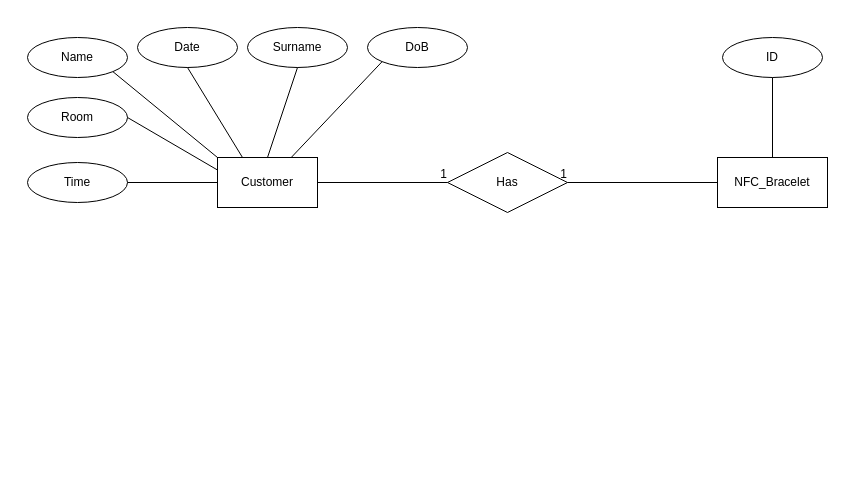
GiorgosKotsompolis/hello-world keeps this draw.io diagram as Hotel ER.drawio. Above is the earlier version. Source tidied: cells renumbered, new cells numbered last; positions are measured from the earlier drawing's top-left corner, leaving out a move shared by most shapes. Both pictures are drawn from the tidied source at 100%, with x=0, y=0 at pixel (27, 27).
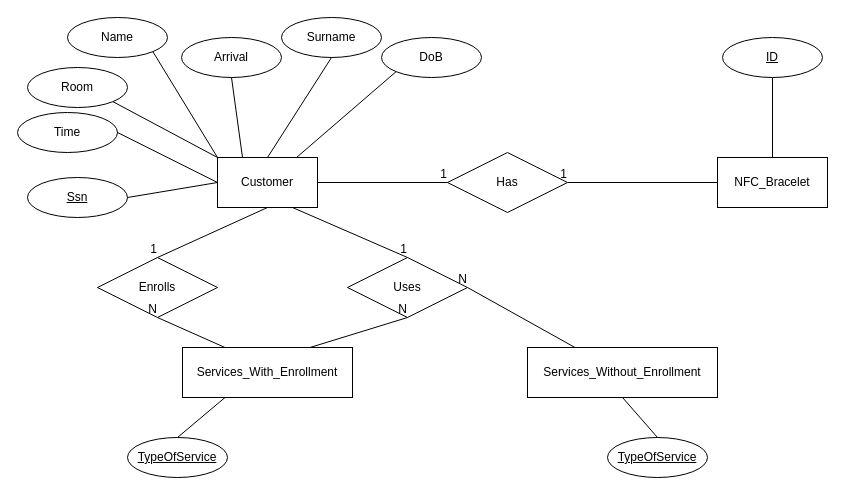
The same diagram, later.

The change refers to these unchanged cells:
```xml
<mxCell id="2" value="Customer" style="whiteSpace=wrap;html=1;align=center;" parent="1" vertex="1">
  <mxGeometry x="190" y="130" width="100" height="50" as="geometry" />
</mxCell>
```

Change to the diagram source:
```diff
@@
     <mxCell id="3" value="Room" style="ellipse;whiteSpace=wrap;html=1;align=center;" parent="1" vertex="1">
-      <mxGeometry y="70" width="100" height="40" as="geometry" />
+      <mxGeometry y="40" width="100" height="40" as="geometry" />
     </mxCell>
     <mxCell id="4" value="DoB" style="ellipse;whiteSpace=wrap;html=1;align=center;" parent="1" vertex="1">
-      <mxGeometry x="340" width="100" height="40" as="geometry" />
+      <mxGeometry x="354" y="10" width="100" height="40" as="geometry" />
     </mxCell>
     <mxCell id="5" value="Surname" style="ellipse;whiteSpace=wrap;html=1;align=center;" parent="1" vertex="1">
-      <mxGeometry x="220" width="100" height="40" as="geometry" />
+      <mxGeometry x="254" y="-10" width="100" height="40" as="geometry" />
     </mxCell>
     <mxCell id="6" value="Name" style="ellipse;whiteSpace=wrap;html=1;align=center;" parent="1" vertex="1">
-      <mxGeometry y="10" width="100" height="40" as="geometry" />
+      <mxGeometry x="40" y="-10" width="100" height="40" as="geometry" />
     </mxCell>
-    <mxCell id="7" value="Date" style="ellipse;whiteSpace=wrap;html=1;align=center;" parent="1" vertex="1">
-      <mxGeometry x="110" width="100" height="40" as="geometry" />
+    <mxCell id="7" value="Arrival" style="ellipse;whiteSpace=wrap;html=1;align=center;" parent="1" vertex="1">
+      <mxGeometry x="154" y="10" width="100" height="40" as="geometry" />
     </mxCell>
     <mxCell id="8" value="Time" style="ellipse;whiteSpace=wrap;html=1;align=center;" parent="1" vertex="1">
-      <mxGeometry y="135" width="100" height="40" as="geometry" />
+      <mxGeometry x="-10" y="85" width="100" height="40" as="geometry" />
     </mxCell>
-    <mxCell id="9" style="line;strokeWidth=1;dashed=0;labelPosition=right;align=left;verticalAlign=middle;spacingTop=0;spacingLeft=6;" parent="1" vertex="1">
-      <mxGeometry x="100" y="150" width="90" height="10" as="geometry" />
-    </mxCell>
-    <mxCell id="10" style="endArrow=none;html=1;rounded=0;entryX=0;entryY=0.25;entryDx=0;entryDy=0;" parent="1" edge="1" target="2">
-      <mxGeometry relative="1" as="geometry">
-        <mxPoint x="100" y="90" as="sourcePoint" />
-      </mxGeometry>
-    </mxCell>
@@
-    <mxCell id="17" value="ID" style="ellipse;whiteSpace=wrap;html=1;align=center;" parent="1" vertex="1">
+    <mxCell id="17" value="&lt;u&gt;ID&lt;/u&gt;" style="ellipse;whiteSpace=wrap;html=1;align=center;" parent="1" vertex="1">
       <mxGeometry x="695" y="10" width="100" height="40" as="geometry" />
     </mxCell>
@@
+    <mxCell id="23" value="Services_Without_Enrollment" style="whiteSpace=wrap;html=1;align=center;" parent="1" vertex="1">
+      <mxGeometry x="500" y="320" width="190" height="50" as="geometry" />
+    </mxCell>
+    <mxCell id="24" value="Services_With_Enrollment" style="whiteSpace=wrap;html=1;align=center;" parent="1" vertex="1">
+      <mxGeometry x="155" y="320" width="170" height="50" as="geometry" />
+    </mxCell>
+    <mxCell id="25" value="Enrolls" style="shape=rhombus;perimeter=rhombusPerimeter;whiteSpace=wrap;html=1;align=center;" parent="1" vertex="1">
+      <mxGeometry x="70" y="230" width="120" height="60" as="geometry" />
+    </mxCell>
+    <mxCell id="26" style="endArrow=none;html=1;rounded=0;exitX=0.5;exitY=1;exitDx=0;exitDy=0;entryX=0.5;entryY=0;entryDx=0;entryDy=0;" parent="1" edge="1" source="2" target="25">
+      <mxGeometry relative="1" as="geometry" />
+    </mxCell>
+    <mxCell id="27" value="1" style="html=1;align=right;verticalAlign=bottom;" parent="26" vertex="1">
+      <mxGeometry x="1" relative="1" as="geometry" />
+    </mxCell>
+    <mxCell id="28" style="endArrow=none;html=1;rounded=0;exitX=0.25;exitY=0;exitDx=0;exitDy=0;entryX=0.5;entryY=1;entryDx=0;entryDy=0;" parent="1" edge="1" source="24" target="25">
+      <mxGeometry relative="1" as="geometry" />
+    </mxCell>
+    <mxCell id="29" value="N" style="html=1;align=right;verticalAlign=bottom;" parent="28" vertex="1">
+      <mxGeometry x="1" relative="1" as="geometry" />
+    </mxCell>
+    <mxCell id="30" style="endArrow=none;html=1;rounded=0;exitX=1;exitY=0.5;exitDx=0;exitDy=0;entryX=0;entryY=0.5;entryDx=0;entryDy=0;" parent="1" edge="1" source="8" target="2">
+      <mxGeometry relative="1" as="geometry" />
+    </mxCell>
+    <mxCell id="31" value="&lt;u&gt;TypeOfService&lt;/u&gt;" style="ellipse;whiteSpace=wrap;html=1;align=center;" parent="1" vertex="1">
+      <mxGeometry x="100" y="410" width="100" height="40" as="geometry" />
+    </mxCell>
+    <mxCell id="32" style="endArrow=none;html=1;rounded=0;entryX=0.25;entryY=1;entryDx=0;entryDy=0;exitX=0.5;exitY=0;exitDx=0;exitDy=0;" parent="1" edge="1" source="31" target="24">
+      <mxGeometry relative="1" as="geometry" />
+    </mxCell>
+    <mxCell id="33" value="Ssn" style="ellipse;whiteSpace=wrap;html=1;align=center;fontStyle=4;" parent="1" vertex="1">
+      <mxGeometry y="150" width="100" height="40" as="geometry" />
+    </mxCell>
+    <mxCell id="34" style="endArrow=none;html=1;rounded=0;exitX=1;exitY=0.5;exitDx=0;exitDy=0;entryX=0;entryY=0.5;entryDx=0;entryDy=0;" parent="1" edge="1" source="33" target="2">
+      <mxGeometry relative="1" as="geometry" />
+    </mxCell>
+    <mxCell id="35" style="endArrow=none;html=1;rounded=0;entryX=0;entryY=0;entryDx=0;entryDy=0;exitX=1;exitY=1;exitDx=0;exitDy=0;" parent="1" edge="1" source="3" target="2">
+      <mxGeometry relative="1" as="geometry" />
+    </mxCell>
+    <mxCell id="36" value="Uses" style="shape=rhombus;perimeter=rhombusPerimeter;whiteSpace=wrap;html=1;align=center;" parent="1" vertex="1">
+      <mxGeometry x="320" y="230" width="120" height="60" as="geometry" />
+    </mxCell>
+    <mxCell id="37" style="endArrow=none;html=1;rounded=0;exitX=0.75;exitY=1;exitDx=0;exitDy=0;entryX=0.5;entryY=0;entryDx=0;entryDy=0;" parent="1" edge="1" source="2" target="36">
+      <mxGeometry relative="1" as="geometry" />
+    </mxCell>
+    <mxCell id="38" value="1" style="html=1;align=right;verticalAlign=bottom;" parent="37" vertex="1">
+      <mxGeometry x="1" relative="1" as="geometry" />
+    </mxCell>
+    <mxCell id="39" style="endArrow=none;html=1;rounded=0;exitX=0.75;exitY=0;exitDx=0;exitDy=0;entryX=0.5;entryY=1;entryDx=0;entryDy=0;" parent="1" edge="1" source="24" target="36">
+      <mxGeometry relative="1" as="geometry" />
+    </mxCell>
+    <mxCell id="40" value="N" style="html=1;align=right;verticalAlign=bottom;" parent="39" vertex="1">
+      <mxGeometry x="1" relative="1" as="geometry" />
+    </mxCell>
+    <mxCell id="41" style="endArrow=none;html=1;rounded=0;exitX=0.25;exitY=0;exitDx=0;exitDy=0;entryX=1;entryY=0.5;entryDx=0;entryDy=0;" parent="1" edge="1" source="23" target="36">
+      <mxGeometry relative="1" as="geometry" />
+    </mxCell>
+    <mxCell id="42" value="N" style="html=1;align=right;verticalAlign=bottom;" parent="41" vertex="1">
+      <mxGeometry x="1" relative="1" as="geometry" />
+    </mxCell>
+    <mxCell id="43" value="&lt;u&gt;TypeOfService&lt;/u&gt;" style="ellipse;whiteSpace=wrap;html=1;align=center;" parent="1" vertex="1">
+      <mxGeometry x="580" y="410" width="100" height="40" as="geometry" />
+    </mxCell>
+    <mxCell id="44" style="endArrow=none;html=1;rounded=0;exitX=0.5;exitY=1;exitDx=0;exitDy=0;entryX=0.5;entryY=0;entryDx=0;entryDy=0;" parent="1" edge="1" source="23" target="43">
+      <mxGeometry relative="1" as="geometry" />
+    </mxCell>
```
